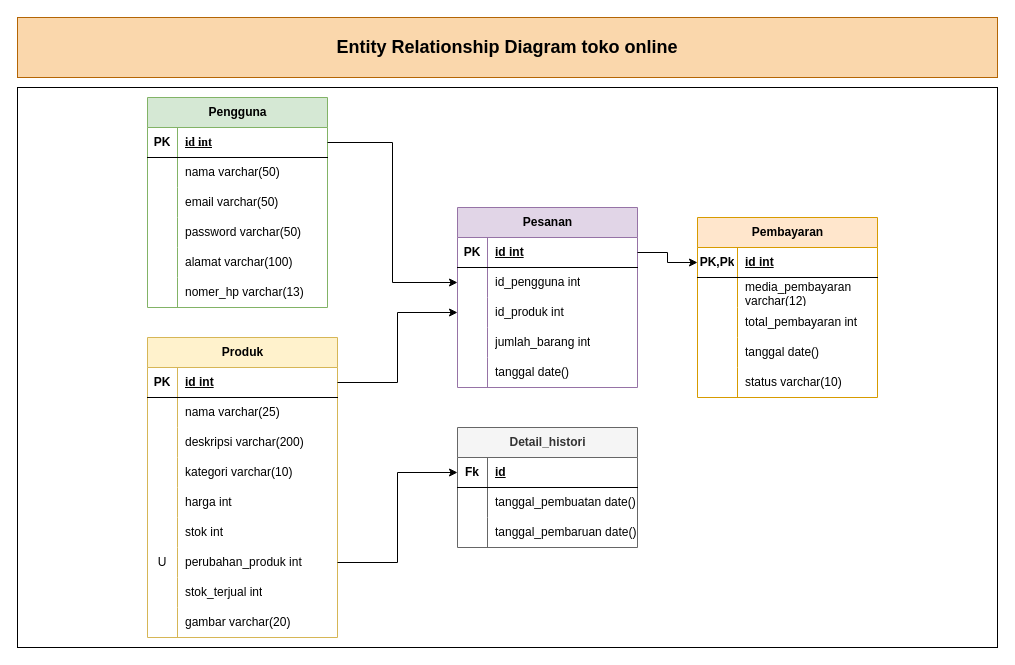
Before: Untitled Diagram.drawio in al-khoodhy/perancangan-db-toko-online, a draw.io diagram. Source tidied: cells renumbered, new cells numbered last; positions are measured from the earlier drawing's top-left corner, leaving out a move shared by most shapes. Both pictures are drawn from the tidied source at 100%, with x=0, y=0 at pixel (17, 17).
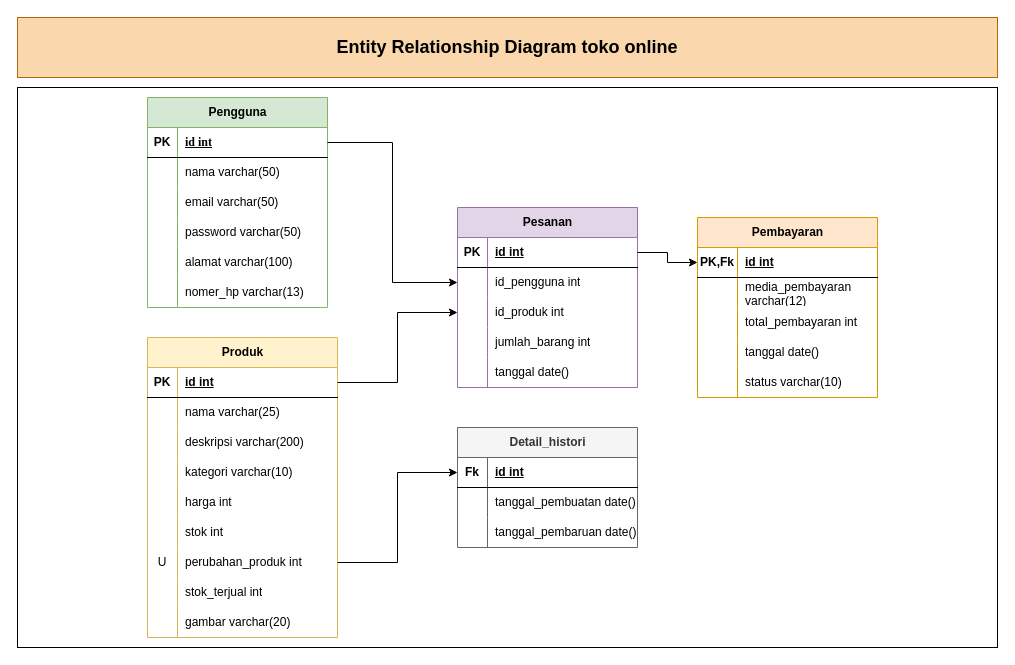
The same page after the edit.

The change refers to these unchanged cells:
```xml
<mxCell id="67" style="shape=tableRow;horizontal=0;startSize=0;swimlaneHead=0;swimlaneBody=0;fillColor=none;points=[[0,0.5],[1,0.5]];portConstraint=eastwest;top=0;left=0;right=0;bottom=1;" parent="66" vertex="1">
  <mxGeometry y="30" width="180" height="30" as="geometry" />
</mxCell>
<mxCell id="79" style="shape=tableRow;horizontal=0;startSize=0;swimlaneHead=0;swimlaneBody=0;fillColor=none;points=[[0,0.5],[1,0.5]];portConstraint=eastwest;top=0;left=0;right=0;bottom=1;" parent="78" vertex="1">
  <mxGeometry y="30" width="180" height="30" as="geometry" />
</mxCell>
```

The edit, as a diff of the source:
```diff
@@
-    <mxCell id="69" value="id" style="shape=partialRectangle;fillColor=none;top=0;left=0;bottom=0;right=0;align=left;spacingLeft=6;fontStyle=5;overflow=hidden;whiteSpace=wrap;html=1;" parent="67" vertex="1">
+    <mxCell id="69" value="id int" style="shape=partialRectangle;fillColor=none;top=0;left=0;bottom=0;right=0;align=left;spacingLeft=6;fontStyle=5;overflow=hidden;whiteSpace=wrap;html=1;" parent="67" vertex="1">
       <mxGeometry x="30" width="150" height="30" as="geometry" />
     </mxCell>
@@
-    <mxCell id="80" value="PK,Pk" style="shape=partialRectangle;fillColor=none;top=0;left=0;bottom=0;right=0;fontStyle=1;overflow=hidden;whiteSpace=wrap;html=1;" parent="79" vertex="1">
+    <mxCell id="80" value="PK,Fk" style="shape=partialRectangle;fillColor=none;top=0;left=0;bottom=0;right=0;fontStyle=1;overflow=hidden;whiteSpace=wrap;html=1;" parent="79" vertex="1">
       <mxGeometry width="40" height="30" as="geometry" />
     </mxCell>
```
